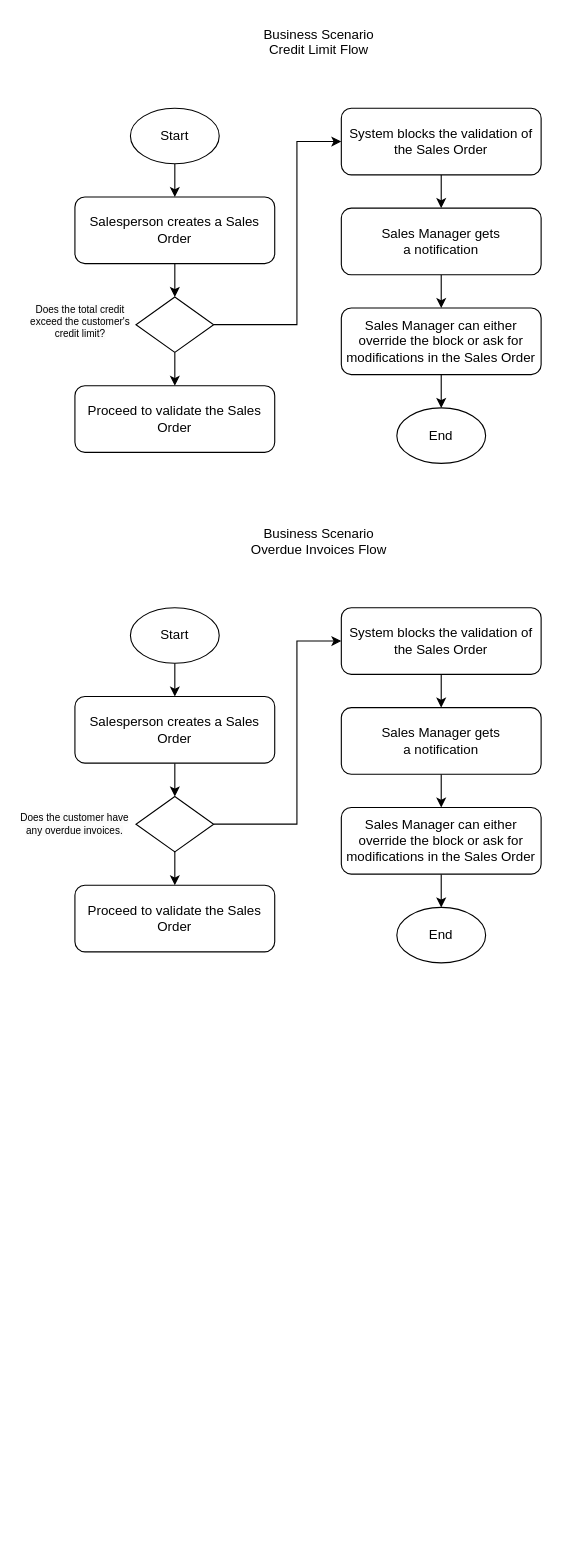
The draw.io diagram Odoo Test Skill_Use case flowchart.drawio in ariesharry/Diagrams, before the edit. Source tidied: cells renumbered, new cells numbered last; positions are measured from the earlier drawing's top-left corner, leaving out a move shared by most shapes. Both pictures are drawn from the tidied source at 111%, with x=0, y=0 at pixel (19, 19).
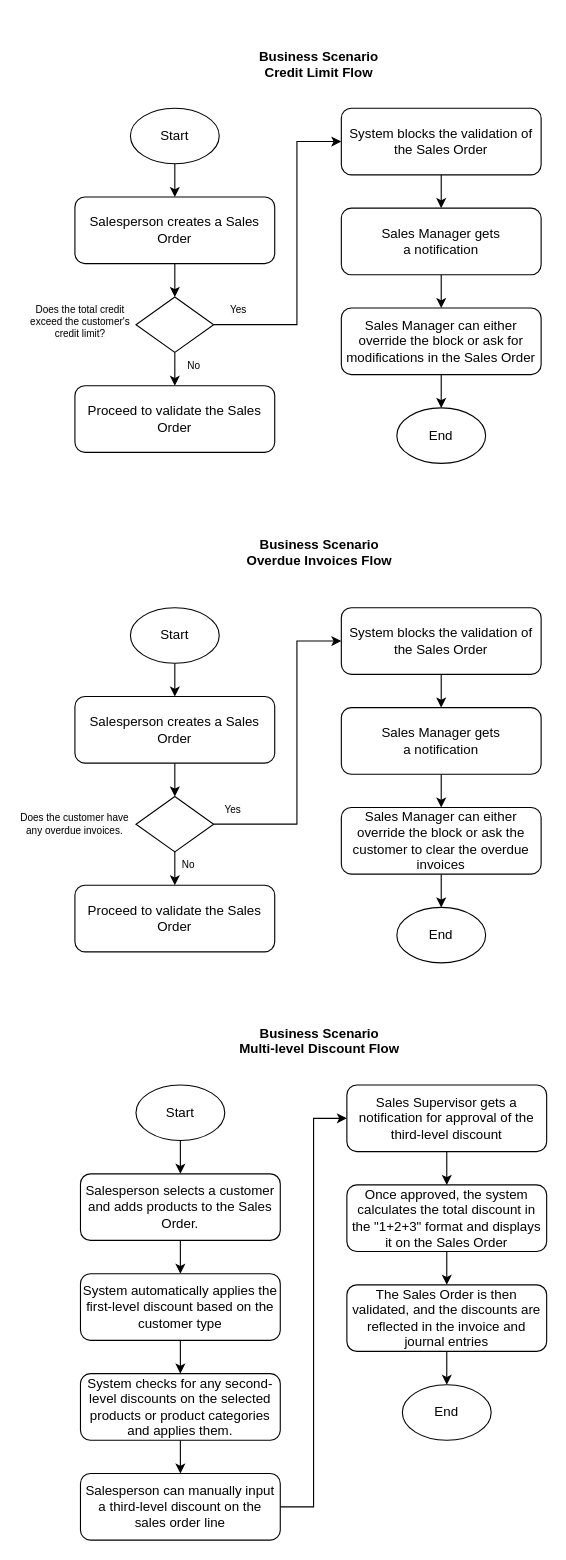
The same page after the edit.

What changed in the source:
```diff
@@
-    <mxCell id="10" value="Business Scenario&lt;br&gt;Credit Limit Flow" style="text;whiteSpace=wrap;html=1;align=center;" parent="1" vertex="1">
-      <mxGeometry x="210" width="120" height="40" as="geometry" />
+    <mxCell id="10" value="Business Scenario&lt;br&gt;Credit Limit Flow" style="text;whiteSpace=wrap;html=1;align=center;fontStyle=1;" parent="1" vertex="1">
+      <mxGeometry x="210" y="20" width="120" height="40" as="geometry" />
     </mxCell>
@@
-    <mxCell id="27" value="Business Scenario&lt;br&gt;Overdue Invoices Flow" style="text;whiteSpace=wrap;html=1;align=center;" parent="1" vertex="1">
-      <mxGeometry x="205" y="450" width="130" height="40" as="geometry" />
+    <mxCell id="27" value="Business Scenario&lt;br&gt;Overdue Invoices Flow" style="text;whiteSpace=wrap;html=1;align=center;fontStyle=1;" parent="1" vertex="1">
+      <mxGeometry x="202.5" y="460" width="135" height="40" as="geometry" />
     </mxCell>
@@
-    <mxCell id="35" value="Sales Manager can either override the block or ask for modifications in the Sales Order" style="rounded=1;whiteSpace=wrap;html=1;" parent="1" vertex="1">
+    <mxCell id="35" value="Sales Manager can either override the block or ask the customer to clear the overdue invoices" style="rounded=1;whiteSpace=wrap;html=1;" parent="1" vertex="1">
       <mxGeometry x="290" y="710" width="180" height="60" as="geometry" />
     </mxCell>
+    <mxCell id="36" style="edgeStyle=orthogonalEdgeStyle;rounded=0;jettySize=auto;html=1;exitX=0.5;exitY=1;exitDx=0;exitDy=0;entryX=0.5;entryY=0;entryDx=0;entryDy=0;" parent="1" edge="1" source="37" target="40">
+      <mxGeometry relative="1" as="geometry" />
+    </mxCell>
+    <mxCell id="37" value="Start" style="ellipse;whiteSpace=wrap;html=1;" parent="1" vertex="1">
+      <mxGeometry x="105" y="960" width="80" height="50" as="geometry" />
+    </mxCell>
+    <mxCell id="38" value="End" style="ellipse;whiteSpace=wrap;html=1;" parent="1" vertex="1">
+      <mxGeometry x="345" y="1230" width="80" height="50" as="geometry" />
+    </mxCell>
+    <mxCell id="39" style="edgeStyle=orthogonalEdgeStyle;rounded=0;jettySize=auto;html=1;exitX=0.5;exitY=1;exitDx=0;exitDy=0;entryX=0.5;entryY=0;entryDx=0;entryDy=0;" parent="1" edge="1" source="40" target="43">
+      <mxGeometry relative="1" as="geometry" />
+    </mxCell>
+    <mxCell id="40" value="Salesperson selects a customer and adds products to the Sales Order." style="rounded=1;whiteSpace=wrap;html=1;" parent="1" vertex="1">
+      <mxGeometry x="55" y="1040" width="180" height="60" as="geometry" />
+    </mxCell>
+    <mxCell id="41" value="Business Scenario&lt;br&gt;Multi-level Discount Flow" style="text;whiteSpace=wrap;html=1;align=center;fontStyle=1;" parent="1" vertex="1">
+      <mxGeometry x="192.5" y="900" width="155" height="40" as="geometry" />
+    </mxCell>
+    <mxCell id="42" style="edgeStyle=orthogonalEdgeStyle;rounded=0;jettySize=auto;html=1;exitX=0.5;exitY=1;exitDx=0;exitDy=0;entryX=0.5;entryY=0;entryDx=0;entryDy=0;" parent="1" edge="1" source="43" target="51">
+      <mxGeometry relative="1" as="geometry" />
+    </mxCell>
+    <mxCell id="43" value="System automatically applies the first-level discount based on the customer type" style="rounded=1;whiteSpace=wrap;html=1;" parent="1" vertex="1">
+      <mxGeometry x="55" y="1130" width="180" height="60" as="geometry" />
+    </mxCell>
+    <mxCell id="44" style="edgeStyle=orthogonalEdgeStyle;rounded=0;jettySize=auto;html=1;exitX=0.5;exitY=1;exitDx=0;exitDy=0;entryX=0.5;entryY=0;entryDx=0;entryDy=0;" parent="1" edge="1" source="45" target="47">
+      <mxGeometry relative="1" as="geometry" />
+    </mxCell>
+    <mxCell id="45" value="Sales Supervisor gets a notification for approval of the third-level discount" style="rounded=1;whiteSpace=wrap;html=1;" parent="1" vertex="1">
+      <mxGeometry x="295" y="960" width="180" height="60" as="geometry" />
+    </mxCell>
+    <mxCell id="46" style="edgeStyle=orthogonalEdgeStyle;rounded=0;jettySize=auto;html=1;exitX=0.5;exitY=1;exitDx=0;exitDy=0;entryX=0.5;entryY=0;entryDx=0;entryDy=0;" parent="1" edge="1" source="47" target="49">
+      <mxGeometry relative="1" as="geometry" />
+    </mxCell>
+    <mxCell id="47" value="Once approved, the system calculates the total discount in the &quot;1+2+3&quot; format and displays it on the Sales Order" style="rounded=1;whiteSpace=wrap;html=1;" parent="1" vertex="1">
+      <mxGeometry x="295" y="1050" width="180" height="60" as="geometry" />
+    </mxCell>
+    <mxCell id="48" style="edgeStyle=orthogonalEdgeStyle;rounded=0;jettySize=auto;html=1;exitX=0.5;exitY=1;exitDx=0;exitDy=0;entryX=0.5;entryY=0;entryDx=0;entryDy=0;" parent="1" edge="1" source="49" target="38">
+      <mxGeometry relative="1" as="geometry" />
+    </mxCell>
+    <mxCell id="49" value="The Sales Order is then validated, and the discounts are reflected in the invoice and journal entries" style="rounded=1;whiteSpace=wrap;html=1;" parent="1" vertex="1">
+      <mxGeometry x="295" y="1140" width="180" height="60" as="geometry" />
+    </mxCell>
+    <mxCell id="50" style="edgeStyle=orthogonalEdgeStyle;rounded=0;jettySize=auto;html=1;exitX=0.5;exitY=1;exitDx=0;exitDy=0;entryX=0.5;entryY=0;entryDx=0;entryDy=0;" parent="1" edge="1" source="51" target="53">
+      <mxGeometry relative="1" as="geometry" />
+    </mxCell>
+    <mxCell id="51" value="System checks for any second-level discounts on the selected products or product categories and applies them." style="rounded=1;whiteSpace=wrap;html=1;" parent="1" vertex="1">
+      <mxGeometry x="55" y="1220" width="180" height="60" as="geometry" />
+    </mxCell>
+    <mxCell id="52" style="edgeStyle=orthogonalEdgeStyle;rounded=0;jettySize=auto;html=1;exitX=1;exitY=0.5;exitDx=0;exitDy=0;entryX=0;entryY=0.5;entryDx=0;entryDy=0;" parent="1" edge="1" source="53" target="45">
+      <mxGeometry relative="1" as="geometry" />
+    </mxCell>
+    <mxCell id="53" value="Salesperson can manually input a third-level discount on the sales order line" style="rounded=1;whiteSpace=wrap;html=1;" parent="1" vertex="1">
+      <mxGeometry x="55" y="1310" width="180" height="60" as="geometry" />
+    </mxCell>
+    <mxCell id="54" value="&lt;span style=&quot;color: rgb(0, 0, 0); font-family: Helvetica; font-size: 9px; font-style: normal; font-variant-ligatures: normal; font-variant-caps: normal; font-weight: 400; letter-spacing: normal; orphans: 2; text-indent: 0px; text-transform: none; widows: 2; word-spacing: 0px; -webkit-text-stroke-width: 0px; background-color: rgb(251, 251, 251); text-decoration-thickness: initial; text-decoration-style: initial; text-decoration-color: initial; float: none; display: inline !important;&quot;&gt;Yes&lt;/span&gt;" style="text;whiteSpace=wrap;html=1;align=center;fontSize=9;" parent="1" vertex="1">
+      <mxGeometry x="180" y="250" width="35" height="20" as="geometry" />
+    </mxCell>
+    <mxCell id="55" value="&lt;span style=&quot;color: rgb(0, 0, 0); font-family: Helvetica; font-size: 9px; font-style: normal; font-variant-ligatures: normal; font-variant-caps: normal; font-weight: 400; letter-spacing: normal; orphans: 2; text-indent: 0px; text-transform: none; widows: 2; word-spacing: 0px; -webkit-text-stroke-width: 0px; background-color: rgb(251, 251, 251); text-decoration-thickness: initial; text-decoration-style: initial; text-decoration-color: initial; float: none; display: inline !important;&quot;&gt;No&lt;/span&gt;" style="text;whiteSpace=wrap;html=1;align=center;fontSize=9;" parent="1" vertex="1">
+      <mxGeometry x="140" y="300" width="35" height="20" as="geometry" />
+    </mxCell>
+    <mxCell id="56" value="&lt;span style=&quot;color: rgb(0, 0, 0); font-family: Helvetica; font-size: 9px; font-style: normal; font-variant-ligatures: normal; font-variant-caps: normal; font-weight: 400; letter-spacing: normal; orphans: 2; text-indent: 0px; text-transform: none; widows: 2; word-spacing: 0px; -webkit-text-stroke-width: 0px; background-color: rgb(251, 251, 251); text-decoration-thickness: initial; text-decoration-style: initial; text-decoration-color: initial; float: none; display: inline !important;&quot;&gt;Yes&lt;/span&gt;" style="text;whiteSpace=wrap;html=1;align=center;fontSize=9;" parent="1" vertex="1">
+      <mxGeometry x="175" y="700" width="35" height="20" as="geometry" />
+    </mxCell>
+    <mxCell id="57" value="&lt;span style=&quot;color: rgb(0, 0, 0); font-family: Helvetica; font-size: 9px; font-style: normal; font-variant-ligatures: normal; font-variant-caps: normal; font-weight: 400; letter-spacing: normal; orphans: 2; text-indent: 0px; text-transform: none; widows: 2; word-spacing: 0px; -webkit-text-stroke-width: 0px; background-color: rgb(251, 251, 251); text-decoration-thickness: initial; text-decoration-style: initial; text-decoration-color: initial; float: none; display: inline !important;&quot;&gt;No&lt;/span&gt;" style="text;whiteSpace=wrap;html=1;align=center;fontSize=9;" parent="1" vertex="1">
+      <mxGeometry x="135" y="750" width="35" height="20" as="geometry" />
+    </mxCell>
```
